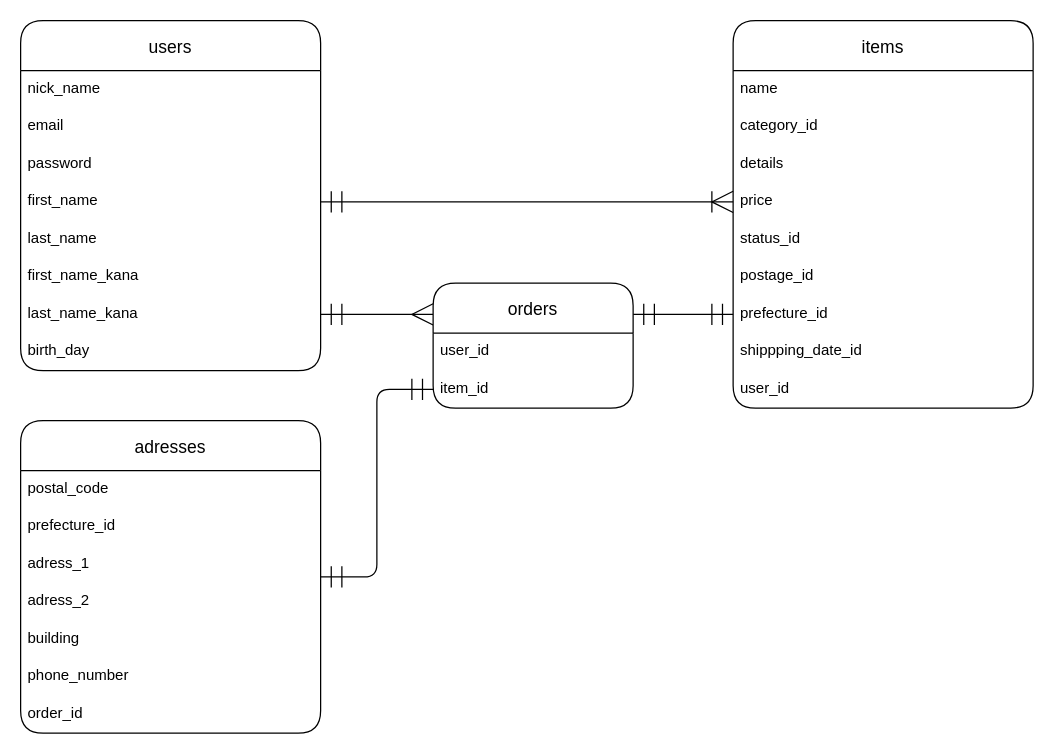
The draw.io diagram furima.dio in ogaki0612/furima-31903, before the edit. Source tidied: cells renumbered, new cells numbered last; positions are measured from the earlier drawing's top-left corner, leaving out a move shared by most shapes. Both pictures are drawn from the tidied source at 125%, with x=0, y=0 at pixel (20, 20).
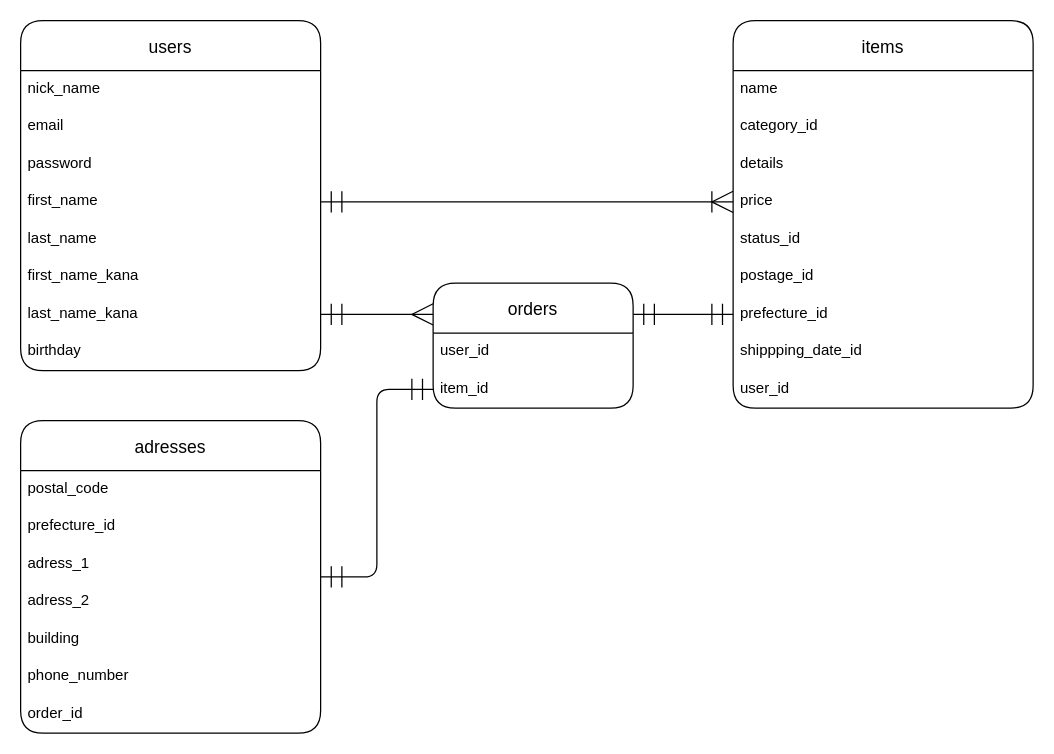
The same page after the edit.

The change refers to these unchanged cells:
```xml
<mxCell id="2" value="users" style="swimlane;fontStyle=0;horizontal=1;startSize=40;align=center;fontSize=14;rounded=1;" parent="1" vertex="1">
  <mxGeometry width="240" height="280" as="geometry" />
</mxCell>
```

The edit, as a diff of the source:
```diff
@@
-    <mxCell id="10" value="birth_day" style="text;strokeColor=none;fillColor=none;spacingLeft=4;spacingRight=4;overflow=hidden;fontSize=12;rounded=1;" parent="2" vertex="1">
+    <mxCell id="10" value="birthday" style="text;strokeColor=none;fillColor=none;spacingLeft=4;spacingRight=4;overflow=hidden;fontSize=12;rounded=1;" parent="2" vertex="1">
       <mxGeometry y="250" width="240" height="30" as="geometry" />
     </mxCell>
```
